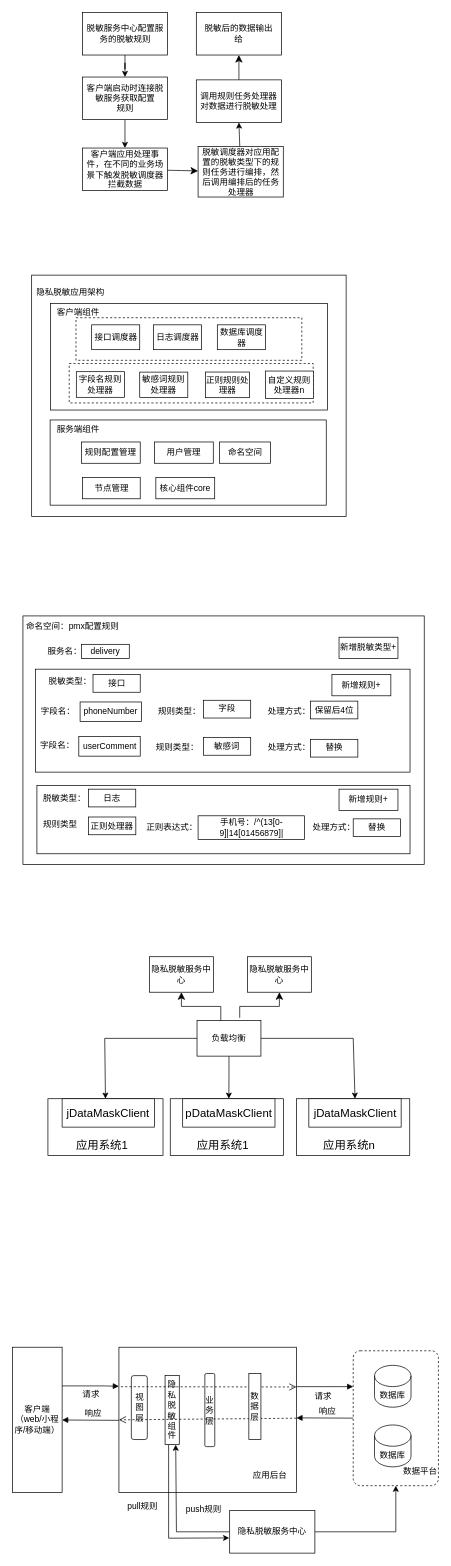
Earlier version of the draw.io diagram Untitled Diagram.drawio (chordcreater/chordcreater.github.io). Source tidied: cells renumbered, new cells numbered last; positions are measured from the earlier drawing's top-left corner, leaving out a move shared by most shapes. Both pictures are drawn from the tidied source at 71%, with x=0, y=0 at pixel (12, 12).
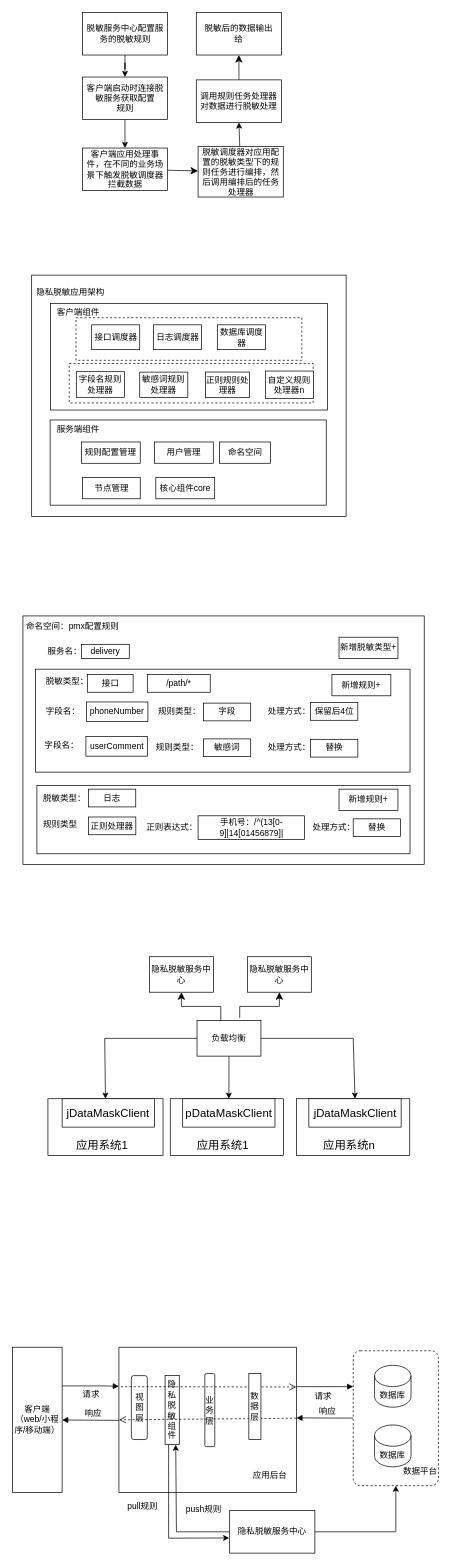
After the change.

Change to the diagram source:
```diff
@@
     <mxCell id="66" value="脱敏类型：" style="text;html=1;strokeColor=none;fillColor=none;align=center;verticalAlign=middle;whiteSpace=wrap;rounded=0;fontSize=12;fontFamily=Helvetica;fontColor=default;" parent="1" vertex="1">
-      <mxGeometry x="47.7" y="927.5" width="67.1" height="30" as="geometry" />
+      <mxGeometry x="43.7" y="927.5" width="67.1" height="30" as="geometry" />
     </mxCell>
@@
     <mxCell id="69" value="接口" style="rounded=0;whiteSpace=wrap;html=1;strokeColor=default;fontFamily=Helvetica;fontSize=12;fontColor=default;fillColor=default;" parent="1" vertex="1">
-      <mxGeometry x="113.5" y="932.5" width="66.5" height="25" as="geometry" />
+      <mxGeometry x="105.5" y="932.5" width="64.5" height="25" as="geometry" />
     </mxCell>
@@
     <mxCell id="75" value="保留后4位" style="rounded=0;whiteSpace=wrap;html=1;strokeColor=default;fontFamily=Helvetica;fontSize=12;fontColor=default;fillColor=default;" parent="1" vertex="1">
-      <mxGeometry x="420" y="970" width="66.5" height="25" as="geometry" />
+      <mxGeometry x="420" y="972" width="66.5" height="25" as="geometry" />
     </mxCell>
@@
     <mxCell id="79" value="字段名：" style="text;html=1;strokeColor=none;fillColor=none;align=center;verticalAlign=middle;whiteSpace=wrap;rounded=0;fontSize=12;fontFamily=Helvetica;fontColor=default;" parent="1" vertex="1">
-      <mxGeometry x="31.4" y="970" width="67.1" height="30" as="geometry" />
+      <mxGeometry x="38.4" y="970" width="67.1" height="30" as="geometry" />
     </mxCell>
     <mxCell id="80" value="phoneNumber" style="rounded=0;whiteSpace=wrap;html=1;strokeColor=default;fontFamily=Helvetica;fontSize=12;fontColor=default;fillColor=default;" parent="1" vertex="1">
-      <mxGeometry x="95.3" y="971.2" width="86.5" height="27.5" as="geometry" />
+      <mxGeometry x="104.3" y="971.2" width="86.5" height="27.5" as="geometry" />
     </mxCell>
@@
     <mxCell id="82" value="字段名：" style="text;html=1;strokeColor=none;fillColor=none;align=center;verticalAlign=middle;whiteSpace=wrap;rounded=0;fontSize=12;fontFamily=Helvetica;fontColor=default;" parent="1" vertex="1">
-      <mxGeometry x="30" y="1017.5" width="67.1" height="30" as="geometry" />
+      <mxGeometry x="36" y="1017.5" width="67.1" height="30" as="geometry" />
     </mxCell>
     <mxCell id="83" value="userComment" style="rounded=0;whiteSpace=wrap;html=1;strokeColor=default;fontFamily=Helvetica;fontSize=12;fontColor=default;fillColor=default;" parent="1" vertex="1">
-      <mxGeometry x="93.5" y="1020" width="86.5" height="27.5" as="geometry" />
+      <mxGeometry x="103.5" y="1020" width="86.5" height="27.5" as="geometry" />
     </mxCell>
@@
     <mxCell id="85" value="敏感词" style="rounded=0;whiteSpace=wrap;html=1;strokeColor=default;fontFamily=Helvetica;fontSize=12;fontColor=default;fillColor=default;" parent="1" vertex="1">
-      <mxGeometry x="269.1" y="1021.2" width="66.5" height="25" as="geometry" />
+      <mxGeometry x="269.1" y="1023.2" width="66.5" height="25" as="geometry" />
     </mxCell>
@@
     <mxCell id="97" value="字段" style="rounded=0;whiteSpace=wrap;html=1;strokeColor=default;fontFamily=Helvetica;fontSize=12;fontColor=default;fillColor=default;" parent="1" vertex="1">
-      <mxGeometry x="269.1" y="968.8" width="66.5" height="25" as="geometry" />
+      <mxGeometry x="269.1" y="972.8" width="66.5" height="25" as="geometry" />
     </mxCell>
@@
+    <mxCell id="108" value="/path/*" style="rounded=0;whiteSpace=wrap;html=1;strokeColor=default;fontFamily=Helvetica;fontSize=12;fontColor=default;fillColor=default;" parent="1" vertex="1">
+      <mxGeometry x="190" y="932.5" width="88.6" height="25" as="geometry" />
+    </mxCell>
```
